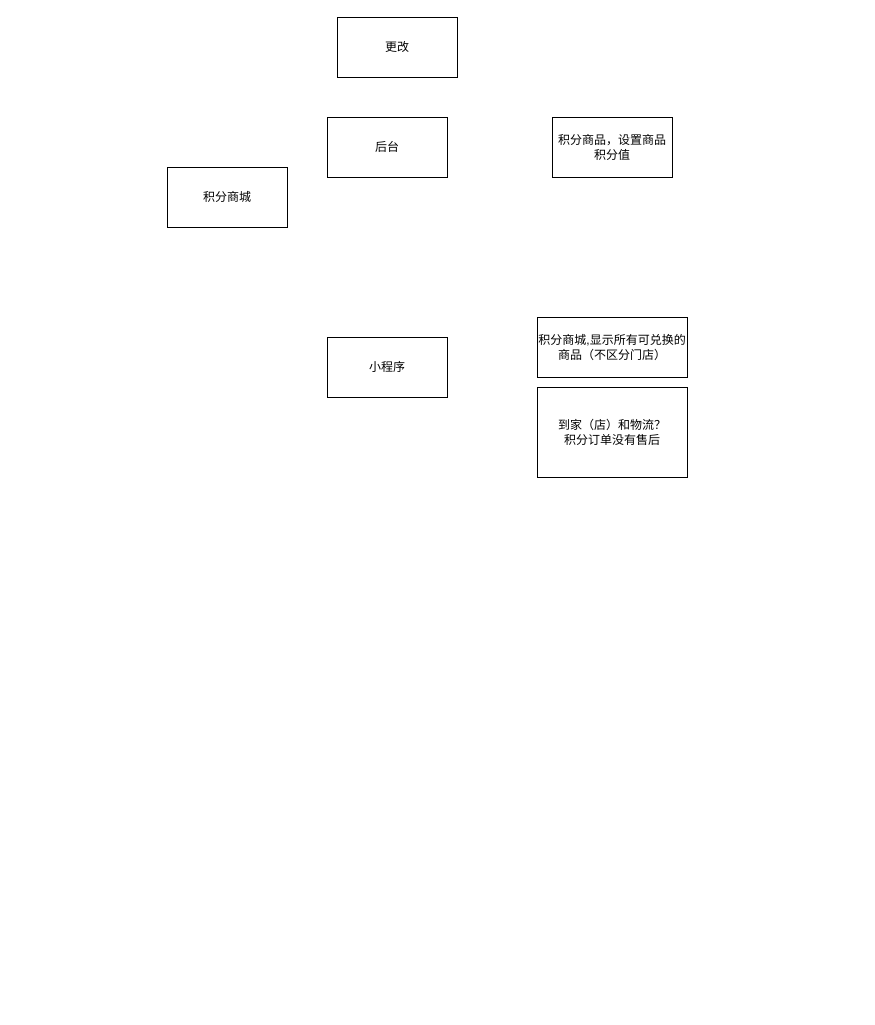
Above: page "Page-2" (2 of 4) of daytip/Untitled Diagram.drawio in treatview/drawio (draw.io), before the change. Source tidied: cells renumbered, new cells numbered last; positions are measured from the earlier drawing's top-left corner, leaving out a move shared by most shapes. Both pictures are drawn from the tidied source at 100%, with x=0, y=0 at pixel (167, 17).
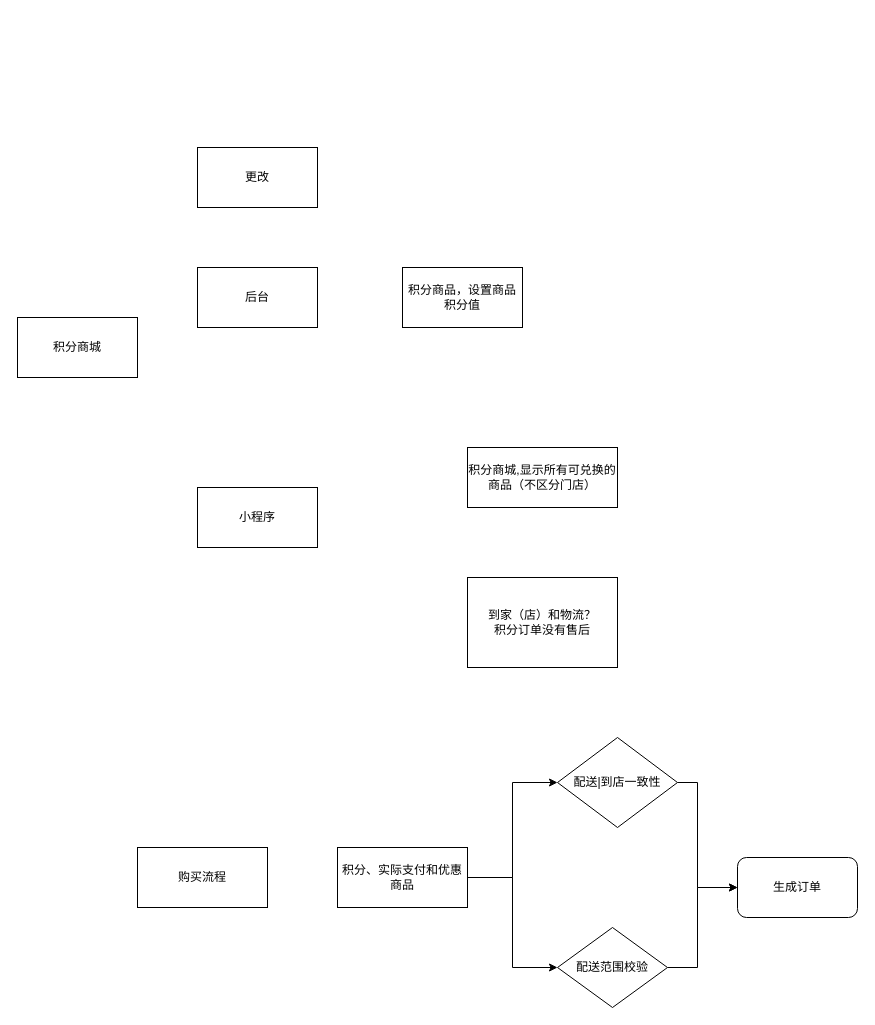
The same page after the edit.

What changed in the source:
```diff
@@
     <mxCell id="2" value="积分商城" style="rounded=0;whiteSpace=wrap;html=1;" parent="1" vertex="1">
-      <mxGeometry y="150" width="120" height="60" as="geometry" />
+      <mxGeometry x="-150" y="300" width="120" height="60" as="geometry" />
     </mxCell>
     <mxCell id="3" value="后台" style="rounded=0;whiteSpace=wrap;html=1;" parent="1" vertex="1">
-      <mxGeometry x="160" y="100" width="120" height="60" as="geometry" />
+      <mxGeometry x="30" y="250" width="120" height="60" as="geometry" />
     </mxCell>
     <mxCell id="4" value="小程序" style="rounded=0;whiteSpace=wrap;html=1;" parent="1" vertex="1">
-      <mxGeometry x="160" y="320" width="120" height="60" as="geometry" />
+      <mxGeometry x="30" y="470" width="120" height="60" as="geometry" />
     </mxCell>
     <mxCell id="5" value="更改" style="rounded=0;whiteSpace=wrap;html=1;" parent="1" vertex="1">
-      <mxGeometry x="170" width="120" height="60" as="geometry" />
+      <mxGeometry x="30" y="130" width="120" height="60" as="geometry" />
     </mxCell>
     <mxCell id="6" value="积分商品，设置商品积分值" style="rounded=0;whiteSpace=wrap;html=1;" parent="1" vertex="1">
-      <mxGeometry x="385" y="100" width="120" height="60" as="geometry" />
+      <mxGeometry x="235" y="250" width="120" height="60" as="geometry" />
     </mxCell>
     <mxCell id="7" value="积分商城,显示所有可兑换的商品（不区分门店）" style="rounded=0;whiteSpace=wrap;html=1;" parent="1" vertex="1">
-      <mxGeometry x="370" y="300" width="150" height="60" as="geometry" />
+      <mxGeometry x="300" y="430" width="150" height="60" as="geometry" />
     </mxCell>
     <mxCell id="8" value="到家（店）和物流？&lt;br&gt;积分订单没有售后" style="rounded=0;whiteSpace=wrap;html=1;" parent="1" vertex="1">
-      <mxGeometry x="370" y="370" width="150" height="90" as="geometry" />
+      <mxGeometry x="300" y="560" width="150" height="90" as="geometry" />
     </mxCell>
+    <mxCell id="9" value="购买流程" style="rounded=0;whiteSpace=wrap;html=1;" parent="1" vertex="1">
+      <mxGeometry x="-30" y="830" width="130" height="60" as="geometry" />
+    </mxCell>
+    <mxCell id="10" style="edgeStyle=orthogonalEdgeStyle;rounded=0;jettySize=auto;html=1;entryX=0;entryY=0.5;entryDx=0;entryDy=0;" parent="1" edge="1" source="12" target="14">
+      <mxGeometry relative="1" as="geometry" />
+    </mxCell>
+    <mxCell id="11" style="edgeStyle=orthogonalEdgeStyle;rounded=0;jettySize=auto;html=1;exitX=1;exitY=0.5;exitDx=0;exitDy=0;entryX=0;entryY=0.5;entryDx=0;entryDy=0;" parent="1" edge="1" source="12" target="17">
+      <mxGeometry relative="1" as="geometry" />
+    </mxCell>
+    <mxCell id="12" value="积分、实际支付和优惠商品" style="rounded=0;whiteSpace=wrap;html=1;" parent="1" vertex="1">
+      <mxGeometry x="170" y="830" width="130" height="60" as="geometry" />
+    </mxCell>
+    <mxCell id="13" style="edgeStyle=orthogonalEdgeStyle;rounded=0;jettySize=auto;html=1;entryX=0;entryY=0.5;entryDx=0;entryDy=0;" parent="1" edge="1" source="14" target="15">
+      <mxGeometry relative="1" as="geometry">
+        <Array as="points">
+          <mxPoint x="530" y="765" />
+          <mxPoint x="530" y="870" />
+        </Array>
+      </mxGeometry>
+    </mxCell>
+    <mxCell id="14" value="配送|到店一致性" style="rhombus;whiteSpace=wrap;html=1;" parent="1" vertex="1">
+      <mxGeometry x="390" y="720" width="120" height="90" as="geometry" />
+    </mxCell>
+    <mxCell id="15" value="生成订单" style="rounded=1;whiteSpace=wrap;html=1;" parent="1" vertex="1">
+      <mxGeometry x="570" y="840" width="120" height="60" as="geometry" />
+    </mxCell>
+    <mxCell id="16" style="edgeStyle=orthogonalEdgeStyle;rounded=0;jettySize=auto;html=1;entryX=0;entryY=0.5;entryDx=0;entryDy=0;" parent="1" edge="1" source="17" target="15">
+      <mxGeometry relative="1" as="geometry">
+        <Array as="points">
+          <mxPoint x="530" y="950" />
+          <mxPoint x="530" y="870" />
+        </Array>
+      </mxGeometry>
+    </mxCell>
+    <mxCell id="17" value="配送范围校验" style="rhombus;whiteSpace=wrap;html=1;" parent="1" vertex="1">
+      <mxGeometry x="390" y="910" width="110" height="80" as="geometry" />
+    </mxCell>
```
